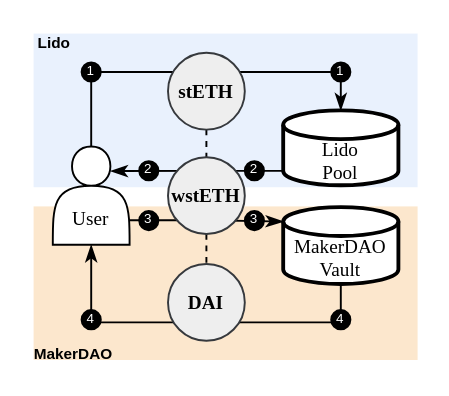
Earlier version of the draw.io diagram diagrams/cdp_lending.drawio (lyc0603/tvl-measurement). Source tidied: cells renumbered, new cells numbered last; positions are measured from the earlier drawing's top-left corner, leaving out a move shared by most shapes. Both pictures are drawn from the tidied source at 192%, with x=0, y=0 at pixel (33, 33).
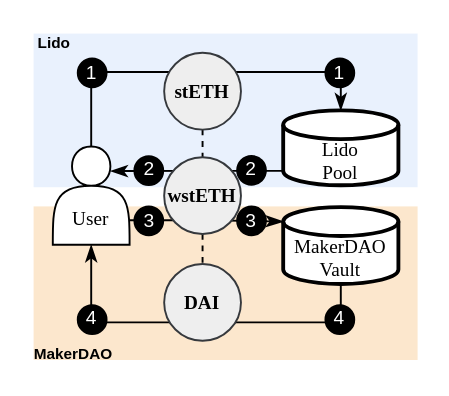
The same page after the edit.

Change to the diagram source:
```diff
@@
     <mxCell id="11" value="&lt;b style=&quot;font-size: 10px;&quot;&gt;DAI&lt;/b&gt;" style="ellipse;whiteSpace=wrap;html=1;labelBackgroundColor=none;labelBorderColor=none;fillColor=#eeeeee;strokeColor=#36393d;fontSize=10;fontFamily=Times New Roman;" parent="1" vertex="1">
-      <mxGeometry x="70" y="120" width="40" height="40" as="geometry" />
+      <mxGeometry x="68" y="120" width="40" height="40" as="geometry" />
     </mxCell>
@@
     <mxCell id="13" value="&lt;b style=&quot;font-size: 10px;&quot;&gt;stETH&lt;/b&gt;" style="ellipse;whiteSpace=wrap;html=1;labelBackgroundColor=none;labelBorderColor=none;fillColor=#eeeeee;strokeColor=#36393d;fontSize=10;fontFamily=Times New Roman;" parent="1" vertex="1">
-      <mxGeometry x="70" y="10" width="40" height="40" as="geometry" />
+      <mxGeometry x="68" y="10" width="40" height="40" as="geometry" />
     </mxCell>
@@
     <mxCell id="15" value="&lt;b&gt;wstETH&lt;/b&gt;" style="ellipse;whiteSpace=wrap;html=1;labelBackgroundColor=none;labelBorderColor=none;fillColor=#eeeeee;strokeColor=#36393d;fontSize=10;fontFamily=Times New Roman;" parent="1" vertex="1">
-      <mxGeometry x="70" y="64.4" width="40" height="40" as="geometry" />
+      <mxGeometry x="68" y="64.4" width="40" height="40" as="geometry" />
     </mxCell>
@@
-    <mxCell id="18" value="&lt;p style=&quot;line-height: 270%;&quot;&gt;1&lt;/p&gt;" style="ellipse;whiteSpace=wrap;html=1;fontSize=7;labelBackgroundColor=none;fontColor=#FFFFFF;fillColor=#000000;align=center;" parent="1" vertex="1">
-      <mxGeometry x="25" y="15" width="10" height="10" as="geometry" />
+    <mxCell id="18" value="&lt;p style=&quot;line-height: 270%;&quot;&gt;&lt;font style=&quot;font-size: 10px;&quot;&gt;1&lt;/font&gt;&lt;/p&gt;" style="ellipse;whiteSpace=wrap;html=1;fontSize=7;labelBackgroundColor=none;fontColor=#FFFFFF;fillColor=#000000;align=center;" parent="1" vertex="1">
+      <mxGeometry x="23" y="13" width="15" height="15" as="geometry" />
     </mxCell>
-    <mxCell id="19" value="&lt;p style=&quot;line-height: 270%;&quot;&gt;2&lt;/p&gt;" style="ellipse;whiteSpace=wrap;html=1;fontSize=7;labelBackgroundColor=none;fontColor=#FFFFFF;fillColor=#000000;align=center;" parent="1" vertex="1">
-      <mxGeometry x="110" y="66.4" width="10" height="10" as="geometry" />
-    </mxCell>
-    <mxCell id="20" value="&lt;p style=&quot;line-height: 270%;&quot;&gt;3&lt;/p&gt;" style="ellipse;whiteSpace=wrap;html=1;fontSize=7;labelBackgroundColor=none;fontColor=#FFFFFF;fillColor=#000000;align=center;" parent="1" vertex="1">
-      <mxGeometry x="110" y="92.4" width="10" height="10" as="geometry" />
-    </mxCell>
-    <mxCell id="21" value="&lt;p style=&quot;line-height: 270%;&quot;&gt;4&lt;/p&gt;" style="ellipse;whiteSpace=wrap;html=1;fontSize=7;labelBackgroundColor=none;fontColor=#FFFFFF;fillColor=#000000;align=center;" parent="1" vertex="1">
-      <mxGeometry x="25" y="144" width="10" height="10" as="geometry" />
-    </mxCell>
-    <mxCell id="22" value="&lt;p style=&quot;line-height: 270%;&quot;&gt;1&lt;/p&gt;" style="ellipse;whiteSpace=wrap;html=1;fontSize=7;labelBackgroundColor=none;fontColor=#FFFFFF;fillColor=#000000;align=center;" parent="1" vertex="1">
-      <mxGeometry x="155" y="15" width="10" height="10" as="geometry" />
+    <mxCell id="22" value="&lt;p style=&quot;line-height: 270%;&quot;&gt;&lt;font style=&quot;font-size: 10px;&quot;&gt;1&lt;/font&gt;&lt;/p&gt;" style="ellipse;whiteSpace=wrap;html=1;fontSize=7;labelBackgroundColor=none;fontColor=#FFFFFF;fillColor=#000000;align=center;" parent="1" vertex="1">
+      <mxGeometry x="152" y="13" width="15" height="15" as="geometry" />
     </mxCell>
-    <mxCell id="23" value="&lt;p style=&quot;line-height: 270%;&quot;&gt;2&lt;/p&gt;" style="ellipse;whiteSpace=wrap;html=1;fontSize=7;labelBackgroundColor=none;fontColor=#FFFFFF;fillColor=#000000;align=center;" parent="1" vertex="1">
-      <mxGeometry x="55" y="66.4" width="10" height="10" as="geometry" />
-    </mxCell>
-    <mxCell id="24" value="&lt;p style=&quot;line-height: 270%;&quot;&gt;3&lt;/p&gt;" style="ellipse;whiteSpace=wrap;html=1;fontSize=7;labelBackgroundColor=none;fontColor=#FFFFFF;fillColor=#000000;align=center;" parent="1" vertex="1">
-      <mxGeometry x="55" y="92.4" width="10" height="10" as="geometry" />
-    </mxCell>
-    <mxCell id="25" value="&lt;p style=&quot;line-height: 270%;&quot;&gt;4&lt;/p&gt;" style="ellipse;whiteSpace=wrap;html=1;fontSize=7;labelBackgroundColor=none;fontColor=#FFFFFF;fillColor=#000000;align=center;" parent="1" vertex="1">
-      <mxGeometry x="155" y="144" width="10" height="10" as="geometry" />
-    </mxCell>
+    <mxCell id="26" value="&lt;p style=&quot;line-height: 270%;&quot;&gt;&lt;font style=&quot;font-size: 10px;&quot;&gt;2&lt;/font&gt;&lt;/p&gt;" style="ellipse;whiteSpace=wrap;html=1;fontSize=7;labelBackgroundColor=none;fontColor=#FFFFFF;fillColor=#000000;align=center;" parent="1" vertex="1">
+      <mxGeometry x="52.5" y="63.9" width="15" height="15" as="geometry" />
+    </mxCell>
+    <mxCell id="27" value="&lt;p style=&quot;line-height: 270%;&quot;&gt;&lt;font style=&quot;font-size: 10px;&quot;&gt;2&lt;/font&gt;&lt;/p&gt;" style="ellipse;whiteSpace=wrap;html=1;fontSize=7;labelBackgroundColor=none;fontColor=#FFFFFF;fillColor=#000000;align=center;" parent="1" vertex="1">
+      <mxGeometry x="106" y="63.7" width="15" height="15" as="geometry" />
+    </mxCell>
+    <mxCell id="28" value="&lt;p style=&quot;line-height: 270%;&quot;&gt;&lt;font style=&quot;font-size: 10px;&quot;&gt;3&lt;/font&gt;&lt;/p&gt;" style="ellipse;whiteSpace=wrap;html=1;fontSize=7;labelBackgroundColor=none;fontColor=#FFFFFF;fillColor=#000000;align=center;" parent="1" vertex="1">
+      <mxGeometry x="52.5" y="90" width="15" height="15" as="geometry" />
+    </mxCell>
+    <mxCell id="29" value="&lt;p style=&quot;line-height: 270%;&quot;&gt;&lt;font style=&quot;font-size: 10px;&quot;&gt;3&lt;/font&gt;&lt;/p&gt;" style="ellipse;whiteSpace=wrap;html=1;fontSize=7;labelBackgroundColor=none;fontColor=#FFFFFF;fillColor=#000000;align=center;" parent="1" vertex="1">
+      <mxGeometry x="106" y="90" width="15" height="15" as="geometry" />
+    </mxCell>
+    <mxCell id="30" value="&lt;p style=&quot;line-height: 270%;&quot;&gt;&lt;font style=&quot;font-size: 10px;&quot;&gt;4&lt;/font&gt;&lt;/p&gt;" style="ellipse;whiteSpace=wrap;html=1;fontSize=7;labelBackgroundColor=none;fontColor=#FFFFFF;fillColor=#000000;align=center;" parent="1" vertex="1">
+      <mxGeometry x="23" y="141.5" width="15" height="15" as="geometry" />
+    </mxCell>
+    <mxCell id="31" value="&lt;p style=&quot;line-height: 270%;&quot;&gt;&lt;font style=&quot;font-size: 10px;&quot;&gt;4&lt;/font&gt;&lt;/p&gt;" style="ellipse;whiteSpace=wrap;html=1;fontSize=7;labelBackgroundColor=none;fontColor=#FFFFFF;fillColor=#000000;align=center;" parent="1" vertex="1">
+      <mxGeometry x="152" y="141.5" width="15" height="15" as="geometry" />
+    </mxCell>
```
